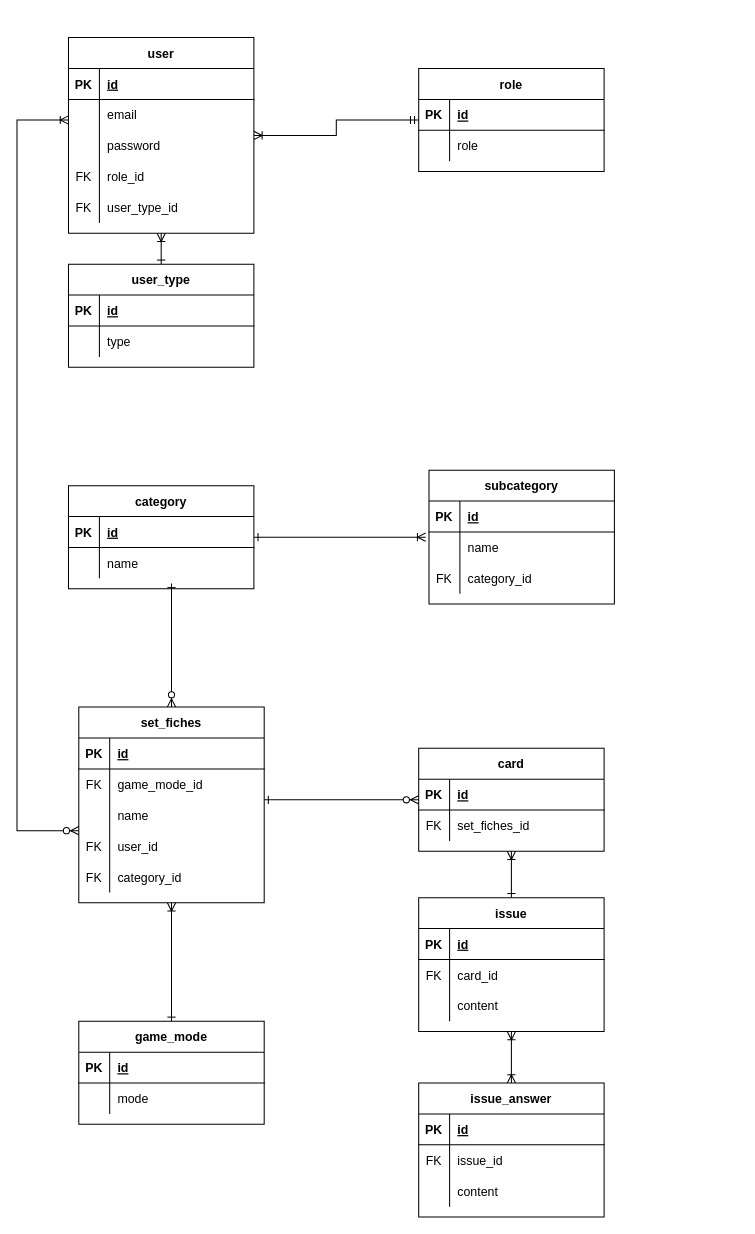
Above: resources/ERD.drawio in MateuszMiekicki/flashcards (draw.io), before the change. Source tidied: cells renumbered, new cells numbered last; positions are measured from the earlier drawing's top-left corner, leaving out a move shared by most shapes. Both pictures are drawn from the tidied source at 103%, with x=0, y=0 at pixel (16, 37).
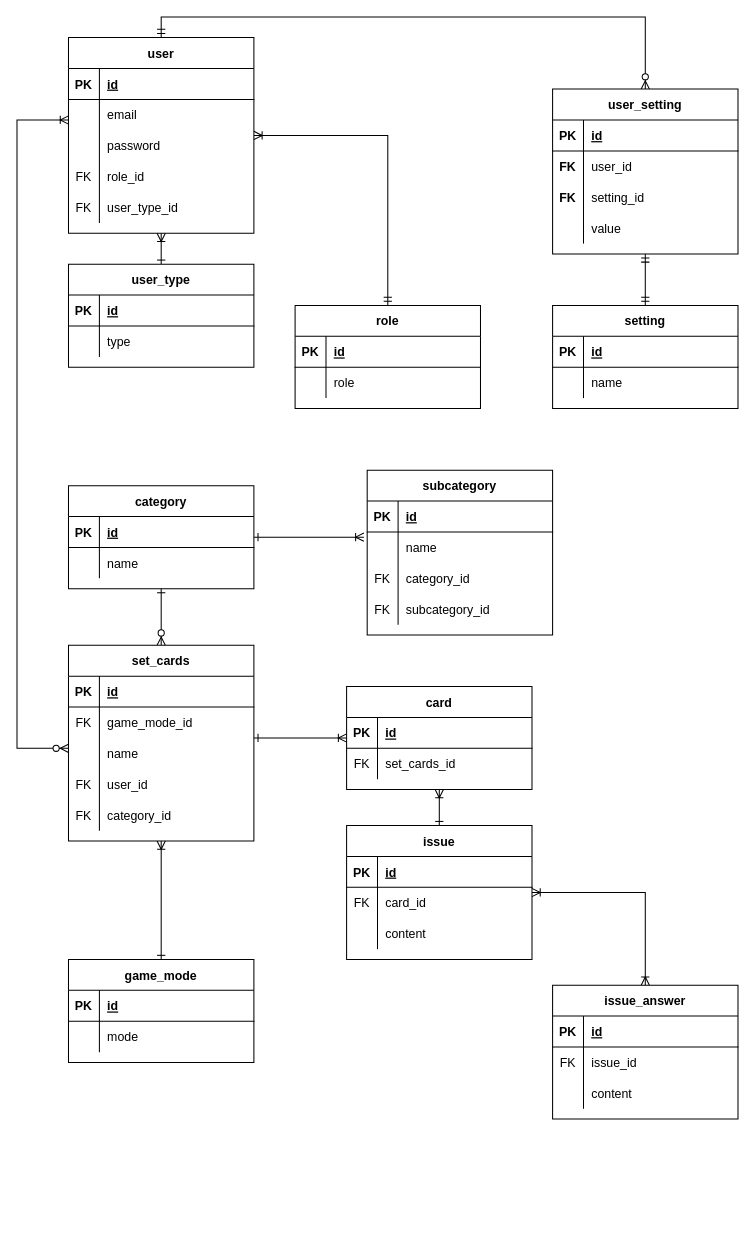
After the change.

Unchanged cells that the change refers to:
```xml
<mxCell id="3" value="user" style="shape=table;startSize=30;childLayout=tableLayout;rowLines=0;fontStyle=1;align=center;" parent="1" vertex="1">
  <mxGeometry x="50" width="180" height="190" as="geometry" />
</mxCell>
<mxCell id="27" value="category" style="shape=table;startSize=30;childLayout=tableLayout;rowLines=0;fontStyle=1;align=center;" parent="1" vertex="1">
  <mxGeometry x="50" y="435" width="180" height="100" as="geometry" />
</mxCell>
<mxCell id="76" style="shape=partialRectangle;fillColor=none;top=0;left=0;bottom=0;right=0;" parent="72" vertex="1">
  <mxGeometry y="60" width="180" height="30" as="geometry" />
</mxCell>
```

Diff of the diagram source:
```diff
@@
     <mxCell id="19" value="role" style="shape=table;startSize=30;childLayout=tableLayout;rowLines=0;fontStyle=1;align=center;" parent="1" vertex="1">
-      <mxGeometry x="390" y="30" width="180" height="100" as="geometry" />
+      <mxGeometry x="270" y="260" width="180" height="100" as="geometry" />
     </mxCell>
@@
     <mxCell id="34" value="subcategory" style="shape=table;startSize=30;childLayout=tableLayout;rowLines=0;fontStyle=1;align=center;" parent="1" vertex="1">
-      <mxGeometry x="400" y="420" width="180" height="130" as="geometry" />
+      <mxGeometry x="340" y="420" width="180" height="160" as="geometry" />
     </mxCell>
@@
+    <mxCell id="108" style="shape=partialRectangle;fillColor=none;top=0;left=0;bottom=0;right=0;" parent="34" vertex="1">
+      <mxGeometry y="120" width="180" height="30" as="geometry" />
+    </mxCell>
+    <mxCell id="109" value="FK" style="shape=partialRectangle;fillColor=none;top=0;left=0;bottom=0;right=0;overflow=hidden;" parent="108" vertex="1">
+      <mxGeometry width="30" height="30" as="geometry" />
+    </mxCell>
+    <mxCell id="110" value="subcategory_id" style="shape=partialRectangle;fillColor=none;top=0;left=0;bottom=0;right=0;align=left;spacingLeft=6;overflow=hidden;" parent="108" vertex="1">
+      <mxGeometry x="30" width="150" height="30" as="geometry" />
+    </mxCell>
@@
     <mxCell id="45" value="game_mode" style="shape=table;startSize=30;childLayout=tableLayout;rowLines=0;fontStyle=1;align=center;" parent="1" vertex="1">
-      <mxGeometry x="60" y="955" width="180" height="100" as="geometry" />
+      <mxGeometry x="50" y="895" width="180" height="100" as="geometry" />
     </mxCell>
@@
-    <mxCell id="52" style="edgeStyle=orthogonalEdgeStyle;rounded=0;jettySize=auto;html=1;startArrow=ERone;startFill=0;endArrow=ERzeroToMany;endFill=1;" parent="1" edge="1" source="55" target="72">
+    <mxCell id="52" style="edgeStyle=orthogonalEdgeStyle;rounded=0;jettySize=auto;html=1;startArrow=ERone;startFill=0;endArrow=ERoneToMany;endFill=0;" parent="1" edge="1" source="55" target="72">
       <mxGeometry relative="1" as="geometry">
         <Array as="points">
-          <mxPoint x="280" y="740" />
-          <mxPoint x="280" y="740" />
+          <mxPoint x="270" y="680" />
+          <mxPoint x="270" y="680" />
         </Array>
       </mxGeometry>
     </mxCell>
     <mxCell id="53" style="edgeStyle=orthogonalEdgeStyle;rounded=0;jettySize=auto;html=1;startArrow=ERzeroToMany;startFill=1;endArrow=ERoneToMany;endFill=0;" parent="1" edge="1" source="55" target="3">
       <mxGeometry relative="1" as="geometry">
         <Array as="points">
-          <mxPoint y="770" />
+          <mxPoint y="690" />
           <mxPoint y="80" />
         </Array>
       </mxGeometry>
     </mxCell>
-    <mxCell id="54" style="edgeStyle=orthogonalEdgeStyle;rounded=0;jettySize=auto;html=1;startArrow=ERzeroToMany;startFill=1;endArrow=ERone;endFill=0;" parent="1" edge="1" source="55">
-      <mxGeometry relative="1" as="geometry">
-        <mxPoint x="150" y="530" as="targetPoint" />
-      </mxGeometry>
+    <mxCell id="54" style="edgeStyle=orthogonalEdgeStyle;rounded=0;jettySize=auto;html=1;startArrow=ERzeroToMany;startFill=1;endArrow=ERone;endFill=0;" parent="1" edge="1" source="55" target="27">
+      <mxGeometry relative="1" as="geometry" />
     </mxCell>
-    <mxCell id="55" value="set_fiches" style="shape=table;startSize=30;childLayout=tableLayout;rowLines=0;fontStyle=1;align=center;" parent="1" vertex="1">
-      <mxGeometry x="60" y="650" width="180" height="190" as="geometry" />
+    <mxCell id="55" value="set_cards" style="shape=table;startSize=30;childLayout=tableLayout;rowLines=0;fontStyle=1;align=center;" parent="1" vertex="1">
+      <mxGeometry x="50" y="590" width="180" height="190" as="geometry" />
     </mxCell>
@@
     <mxCell id="72" value="card" style="shape=table;startSize=30;childLayout=tableLayout;rowLines=0;fontStyle=1;align=center;" parent="1" vertex="1">
-      <mxGeometry x="390" y="690" width="180" height="100" as="geometry" />
+      <mxGeometry x="320" y="630" width="180" height="100" as="geometry" />
     </mxCell>
@@
-    <mxCell id="78" value="set_fiches_id" style="shape=partialRectangle;fillColor=none;top=0;left=0;bottom=0;right=0;align=left;spacingLeft=6;overflow=hidden;" parent="76" vertex="1">
+    <mxCell id="78" value="set_cards_id" style="shape=partialRectangle;fillColor=none;top=0;left=0;bottom=0;right=0;align=left;spacingLeft=6;overflow=hidden;fontStyle=0;" parent="76" vertex="1">
       <mxGeometry x="30" width="150" height="30" as="geometry" />
     </mxCell>
@@
     <mxCell id="80" value="issue" style="shape=table;startSize=30;childLayout=tableLayout;rowLines=0;fontStyle=1;align=center;" parent="1" vertex="1">
-      <mxGeometry x="390" y="835" width="180" height="130" as="geometry" />
+      <mxGeometry x="320" y="765" width="180" height="130" as="geometry" />
     </mxCell>
@@
     <mxCell id="90" value="issue_answer" style="shape=table;startSize=30;childLayout=tableLayout;rowLines=0;fontStyle=1;align=center;" parent="1" vertex="1">
-      <mxGeometry x="390" y="1015" width="180" height="130" as="geometry" />
+      <mxGeometry x="520" y="920" width="180" height="130" as="geometry" />
     </mxCell>
@@
+    <mxCell id="111" value="setting" style="shape=table;startSize=30;childLayout=tableLayout;rowLines=0;fontStyle=1;align=center;" parent="1" vertex="1">
+      <mxGeometry x="520" y="260" width="180" height="100" as="geometry" />
+    </mxCell>
+    <mxCell id="112" style="shape=partialRectangle;fillColor=none;top=0;left=0;bottom=1;right=0;" parent="111" vertex="1">
+      <mxGeometry y="30" width="180" height="30" as="geometry" />
+    </mxCell>
+    <mxCell id="113" value="PK" style="shape=partialRectangle;fillColor=none;top=0;left=0;bottom=0;right=0;fontStyle=1;overflow=hidden;" parent="112" vertex="1">
+      <mxGeometry width="30" height="30" as="geometry" />
+    </mxCell>
+    <mxCell id="114" value="id" style="shape=partialRectangle;fillColor=none;top=0;left=0;bottom=0;right=0;align=left;spacingLeft=6;fontStyle=5;overflow=hidden;" parent="112" vertex="1">
+      <mxGeometry x="30" width="150" height="30" as="geometry" />
+    </mxCell>
+    <mxCell id="115" style="shape=partialRectangle;fillColor=none;top=0;left=0;bottom=0;right=0;" parent="111" vertex="1">
+      <mxGeometry y="60" width="180" height="30" as="geometry" />
+    </mxCell>
+    <mxCell id="116" style="shape=partialRectangle;fillColor=none;top=0;left=0;bottom=0;right=0;overflow=hidden;" parent="115" vertex="1">
+      <mxGeometry width="30" height="30" as="geometry" />
+    </mxCell>
+    <mxCell id="117" value="name" style="shape=partialRectangle;fillColor=none;top=0;left=0;bottom=0;right=0;align=left;spacingLeft=6;overflow=hidden;" parent="115" vertex="1">
+      <mxGeometry x="30" width="150" height="30" as="geometry" />
+    </mxCell>
+    <mxCell id="118" style="edgeStyle=orthogonalEdgeStyle;rounded=0;jettySize=auto;html=1;entryX=0.5;entryY=0;entryDx=0;entryDy=0;endArrow=ERmandOne;endFill=0;startArrow=ERmandOne;startFill=0;" parent="1" edge="1" source="120" target="111">
+      <mxGeometry relative="1" as="geometry" />
+    </mxCell>
+    <mxCell id="119" style="edgeStyle=orthogonalEdgeStyle;rounded=0;jettySize=auto;html=1;entryX=0.5;entryY=0;entryDx=0;entryDy=0;endArrow=ERmandOne;endFill=0;exitX=0.5;exitY=0;exitDx=0;exitDy=0;startArrow=ERzeroToMany;startFill=1;" parent="1" edge="1" source="120" target="3">
+      <mxGeometry relative="1" as="geometry" />
+    </mxCell>
+    <mxCell id="120" value="user_setting" style="shape=table;startSize=30;childLayout=tableLayout;rowLines=0;fontStyle=1;align=center;" parent="1" vertex="1">
+      <mxGeometry x="520" y="50" width="180" height="160" as="geometry" />
+    </mxCell>
+    <mxCell id="121" style="shape=partialRectangle;fillColor=none;top=0;left=0;bottom=1;right=0;" parent="120" vertex="1">
+      <mxGeometry y="30" width="180" height="30" as="geometry" />
+    </mxCell>
+    <mxCell id="122" value="PK" style="shape=partialRectangle;fillColor=none;top=0;left=0;bottom=0;right=0;fontStyle=1;overflow=hidden;" parent="121" vertex="1">
+      <mxGeometry width="30" height="30" as="geometry" />
+    </mxCell>
+    <mxCell id="123" value="id" style="shape=partialRectangle;fillColor=none;top=0;left=0;bottom=0;right=0;align=left;spacingLeft=6;fontStyle=5;overflow=hidden;" parent="121" vertex="1">
+      <mxGeometry x="30" width="150" height="30" as="geometry" />
+    </mxCell>
+    <mxCell id="124" style="shape=partialRectangle;fillColor=none;top=0;left=0;bottom=0;right=0;" parent="120" vertex="1">
+      <mxGeometry y="60" width="180" height="30" as="geometry" />
+    </mxCell>
+    <mxCell id="125" value="FK" style="shape=partialRectangle;fillColor=none;top=0;left=0;bottom=0;right=0;overflow=hidden;fontStyle=1;" parent="124" vertex="1">
+      <mxGeometry width="30" height="30" as="geometry" />
+    </mxCell>
+    <mxCell id="126" value="user_id" style="shape=partialRectangle;fillColor=none;top=0;left=0;bottom=0;right=0;align=left;spacingLeft=6;overflow=hidden;" parent="124" vertex="1">
+      <mxGeometry x="30" width="150" height="30" as="geometry" />
+    </mxCell>
+    <mxCell id="127" style="shape=partialRectangle;fillColor=none;top=0;left=0;bottom=0;right=0;" parent="120" vertex="1">
+      <mxGeometry y="90" width="180" height="30" as="geometry" />
+    </mxCell>
+    <mxCell id="128" value="FK" style="shape=partialRectangle;fillColor=none;top=0;left=0;bottom=0;right=0;overflow=hidden;fontStyle=1;" parent="127" vertex="1">
+      <mxGeometry width="30" height="30" as="geometry" />
+    </mxCell>
+    <mxCell id="129" value="setting_id" style="shape=partialRectangle;fillColor=none;top=0;left=0;bottom=0;right=0;align=left;spacingLeft=6;overflow=hidden;" parent="127" vertex="1">
+      <mxGeometry x="30" width="150" height="30" as="geometry" />
+    </mxCell>
+    <mxCell id="130" style="shape=partialRectangle;fillColor=none;top=0;left=0;bottom=0;right=0;" parent="120" vertex="1">
+      <mxGeometry y="120" width="180" height="30" as="geometry" />
+    </mxCell>
+    <mxCell id="131" style="shape=partialRectangle;fillColor=none;top=0;left=0;bottom=0;right=0;overflow=hidden;" parent="130" vertex="1">
+      <mxGeometry width="30" height="30" as="geometry" />
+    </mxCell>
+    <mxCell id="132" value="value" style="shape=partialRectangle;fillColor=none;top=0;left=0;bottom=0;right=0;align=left;spacingLeft=6;overflow=hidden;" parent="130" vertex="1">
+      <mxGeometry x="30" width="150" height="30" as="geometry" />
+    </mxCell>
```
